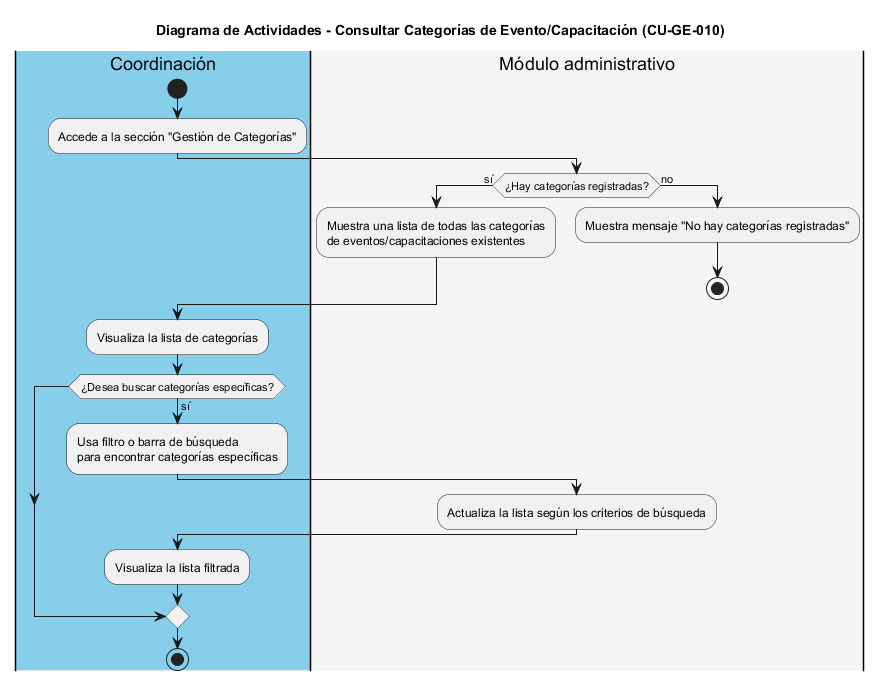
The PlantUML diagram img/CU-GE-010_Consultar_Categorias.png in iKinoo/baby-salesforce-admin-module, before a commit. Its diagram source:
```plantuml
@startuml
title Diagrama de Actividades - Consultar Categorías de Evento/Capacitación (CU-GE-010)

|#skyblue|Coordinación|
start
:Accede a la sección "Gestión de Categorías";

|#whitesmoke|Módulo administrativo|
if (¿Hay categorías registradas?) then (sí)
  :Muestra una lista de todas las categorías
  de eventos/capacitaciones existentes;
else (no)
  :Muestra mensaje "No hay categorías registradas";
  stop
endif

|#skyblue|Coordinación|
:Visualiza la lista de categorías;
if (¿Desea buscar categorías específicas?) then (sí)
  :Usa filtro o barra de búsqueda
  para encontrar categorías específicas;
  |#whitesmoke|Módulo administrativo|
  :Actualiza la lista según los criterios de búsqueda;
  |#skyblue|Coordinación|
  :Visualiza la lista filtrada;
endif
stop
@enduml
```
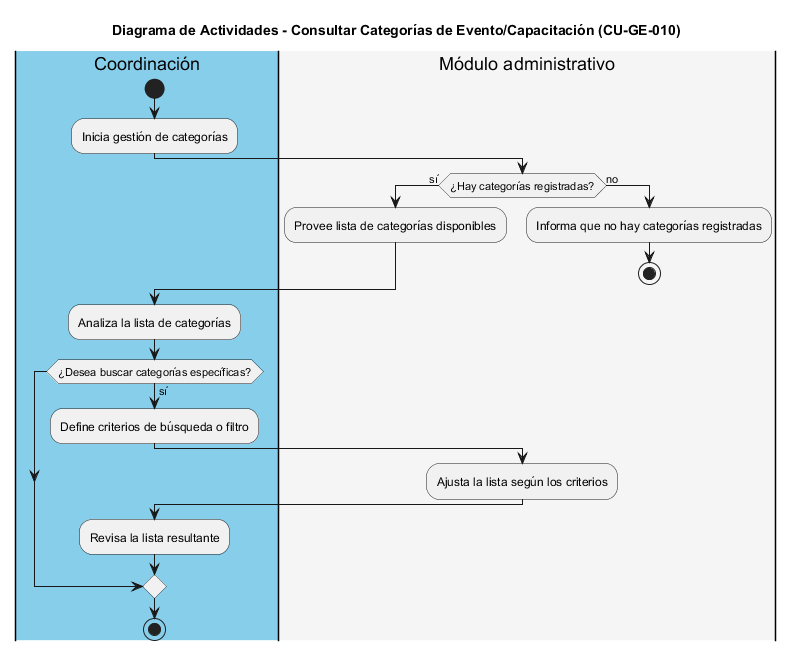
Later version of the same file.

Diff of the diagram source:
```diff
@@ -1,28 +1,26 @@
-@startuml
+@startuml CU-GE-010_Consultar_Categorias
 title Diagrama de Actividades - Consultar Categorías de Evento/Capacitación (CU-GE-010)
 
 |#skyblue|Coordinación|
 start
-:Accede a la sección "Gestión de Categorías";
+:Inicia gestión de categorías;
 
 |#whitesmoke|Módulo administrativo|
 if (¿Hay categorías registradas?) then (sí)
-  :Muestra una lista de todas las categorías
-  de eventos/capacitaciones existentes;
+  :Provee lista de categorías disponibles;
 else (no)
-  :Muestra mensaje "No hay categorías registradas";
+  :Informa que no hay categorías registradas;
   stop
 endif
 
 |#skyblue|Coordinación|
-:Visualiza la lista de categorías;
+:Analiza la lista de categorías;
 if (¿Desea buscar categorías específicas?) then (sí)
-  :Usa filtro o barra de búsqueda
-  para encontrar categorías específicas;
+  :Define criterios de búsqueda o filtro;
   |#whitesmoke|Módulo administrativo|
-  :Actualiza la lista según los criterios de búsqueda;
+  :Ajusta la lista según los criterios;
   |#skyblue|Coordinación|
-  :Visualiza la lista filtrada;
+  :Revisa la lista resultante;
 endif
 stop
 @enduml
```
